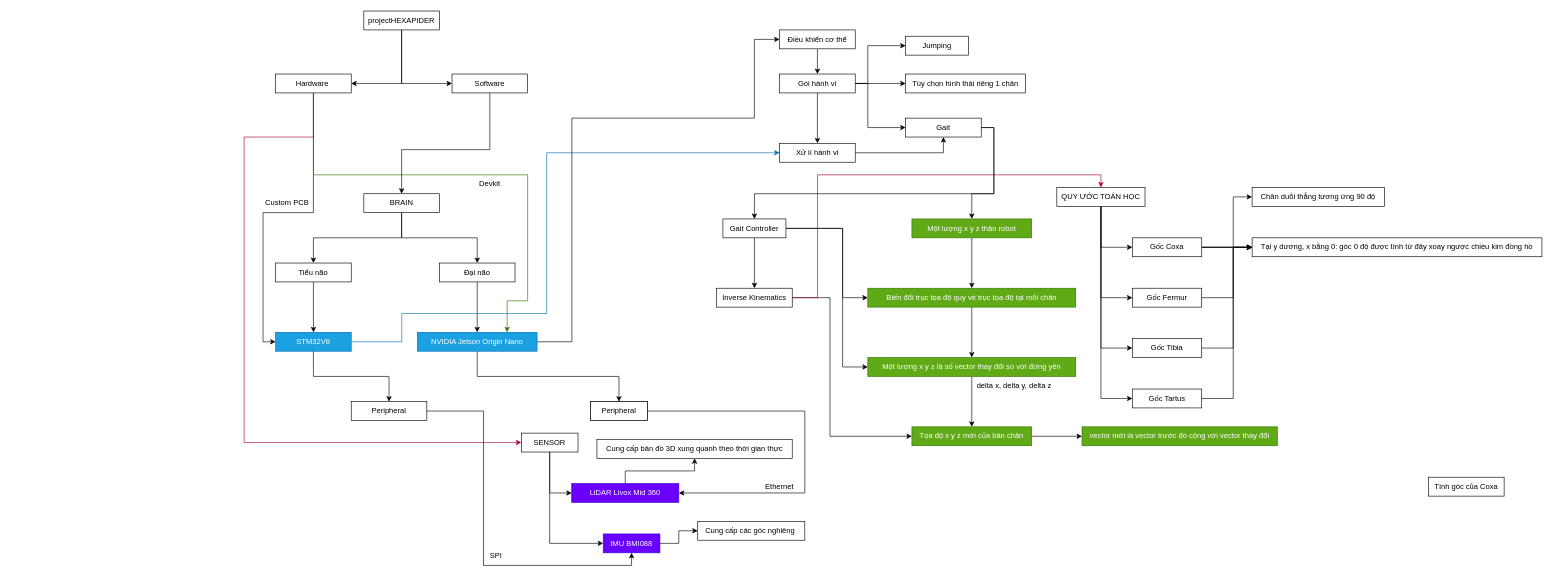
Above: projectHEXAPIDER.drawio in Hexapider/STM32ServoExample (draw.io), before the change. Source tidied: cells renumbered, new cells numbered last; positions are measured from the earlier drawing's top-left corner, leaving out a move shared by most shapes. Both pictures are drawn from the tidied source at 63%, with x=0, y=0 at pixel (244, 11).
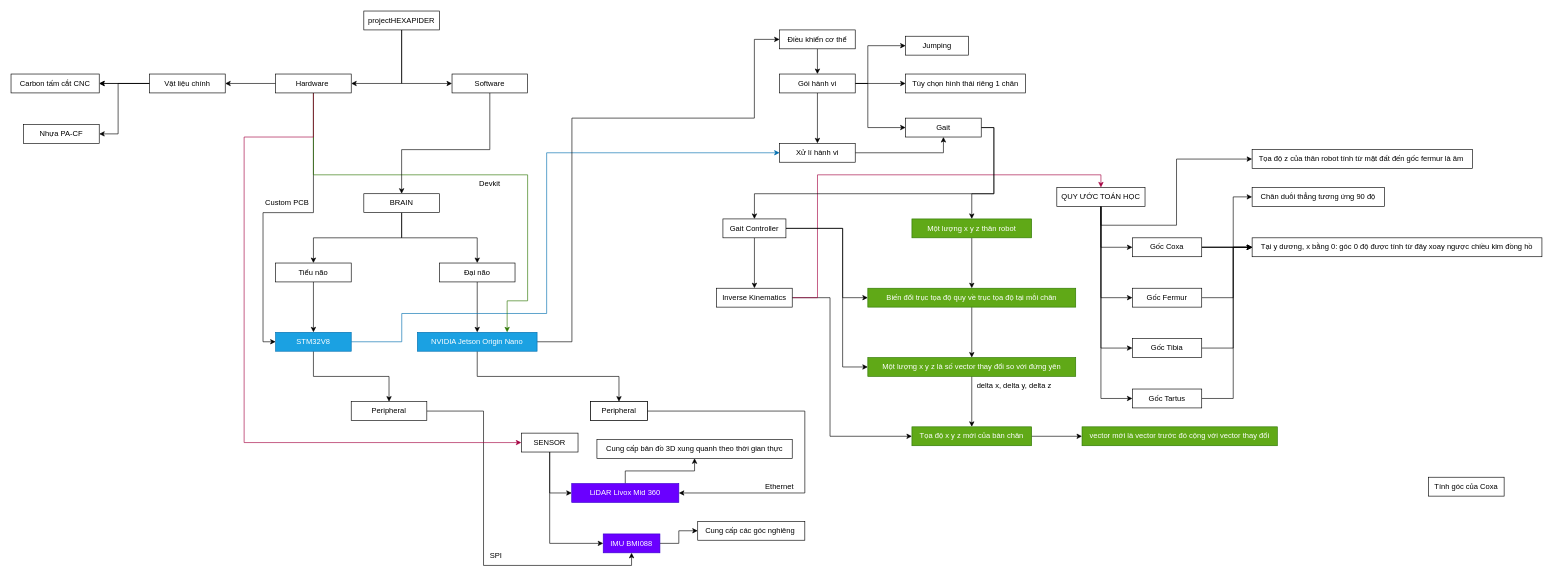
The same diagram, later.

Unchanged cells that the change refers to:
```xml
<mxCell id="54" value="Hardware&amp;nbsp;" style="rounded=0;whiteSpace=wrap;html=1;" parent="1" vertex="1">
  <mxGeometry x="50" y="100" width="120" height="30" as="geometry" />
</mxCell>
```

Change to the diagram source:
```diff
@@
+    <mxCell id="91" style="edgeStyle=orthogonalEdgeStyle;rounded=0;jettySize=auto;html=1;" parent="1" edge="1" source="54" target="97">
+      <mxGeometry relative="1" as="geometry" />
+    </mxCell>
@@
+    <mxCell id="92" style="edgeStyle=orthogonalEdgeStyle;rounded=0;jettySize=auto;html=1;" parent="1" edge="1" target="93">
+      <mxGeometry relative="1" as="geometry">
+        <mxPoint x="1360" y="310" as="sourcePoint" />
+        <Array as="points">
+          <mxPoint x="1360" y="340" />
+          <mxPoint x="1480" y="340" />
+          <mxPoint x="1480" y="235" />
+        </Array>
+      </mxGeometry>
+    </mxCell>
@@
+    <mxCell id="93" value="Tọa độ z của thân robot tính từ mặt đất đến gốc fermur là âm&amp;nbsp;" style="rounded=0;whiteSpace=wrap;html=1;" parent="1" vertex="1">
+      <mxGeometry x="1600" y="220" width="350" height="30" as="geometry" />
+    </mxCell>
+    <mxCell id="94" style="edgeStyle=orthogonalEdgeStyle;rounded=0;jettySize=auto;html=1;" parent="1" edge="1" source="97" target="98">
+      <mxGeometry relative="1" as="geometry" />
+    </mxCell>
+    <mxCell id="95" style="edgeStyle=orthogonalEdgeStyle;rounded=0;jettySize=auto;html=1;" parent="1" edge="1" source="97" target="98">
+      <mxGeometry relative="1" as="geometry" />
+    </mxCell>
+    <mxCell id="96" style="edgeStyle=orthogonalEdgeStyle;rounded=0;jettySize=auto;html=1;" parent="1" edge="1" source="97" target="99">
+      <mxGeometry relative="1" as="geometry">
+        <Array as="points">
+          <mxPoint x="-200" y="115" />
+          <mxPoint x="-200" y="195" />
+        </Array>
+      </mxGeometry>
+    </mxCell>
+    <mxCell id="97" value="Vật liệu chính" style="rounded=0;whiteSpace=wrap;html=1;" parent="1" vertex="1">
+      <mxGeometry x="-150" y="100" width="120" height="30" as="geometry" />
+    </mxCell>
+    <mxCell id="98" value="Carbon tấm cắt CNC" style="rounded=0;whiteSpace=wrap;html=1;" parent="1" vertex="1">
+      <mxGeometry x="-370" y="100" width="140" height="30" as="geometry" />
+    </mxCell>
+    <mxCell id="99" value="Nhựa PA-CF" style="rounded=0;whiteSpace=wrap;html=1;" parent="1" vertex="1">
+      <mxGeometry x="-350" y="180" width="120" height="30" as="geometry" />
+    </mxCell>
```
